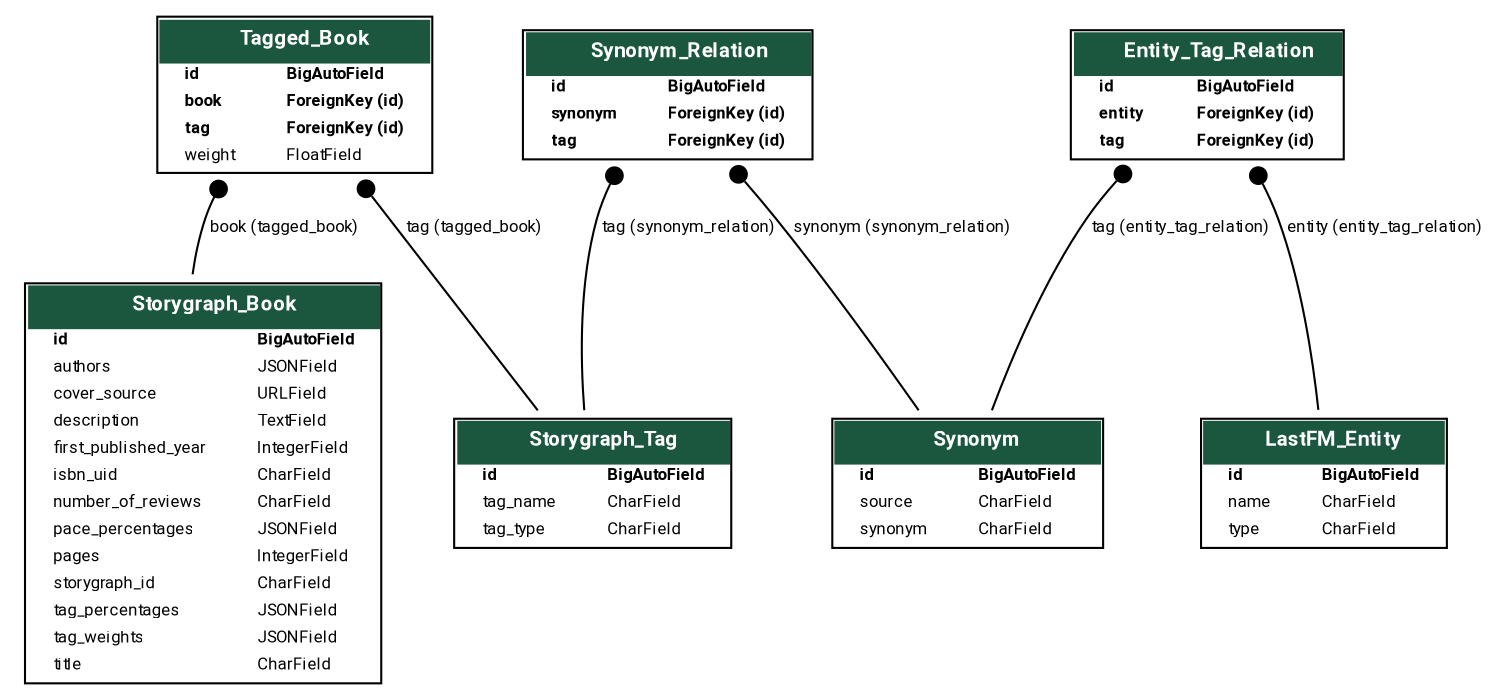
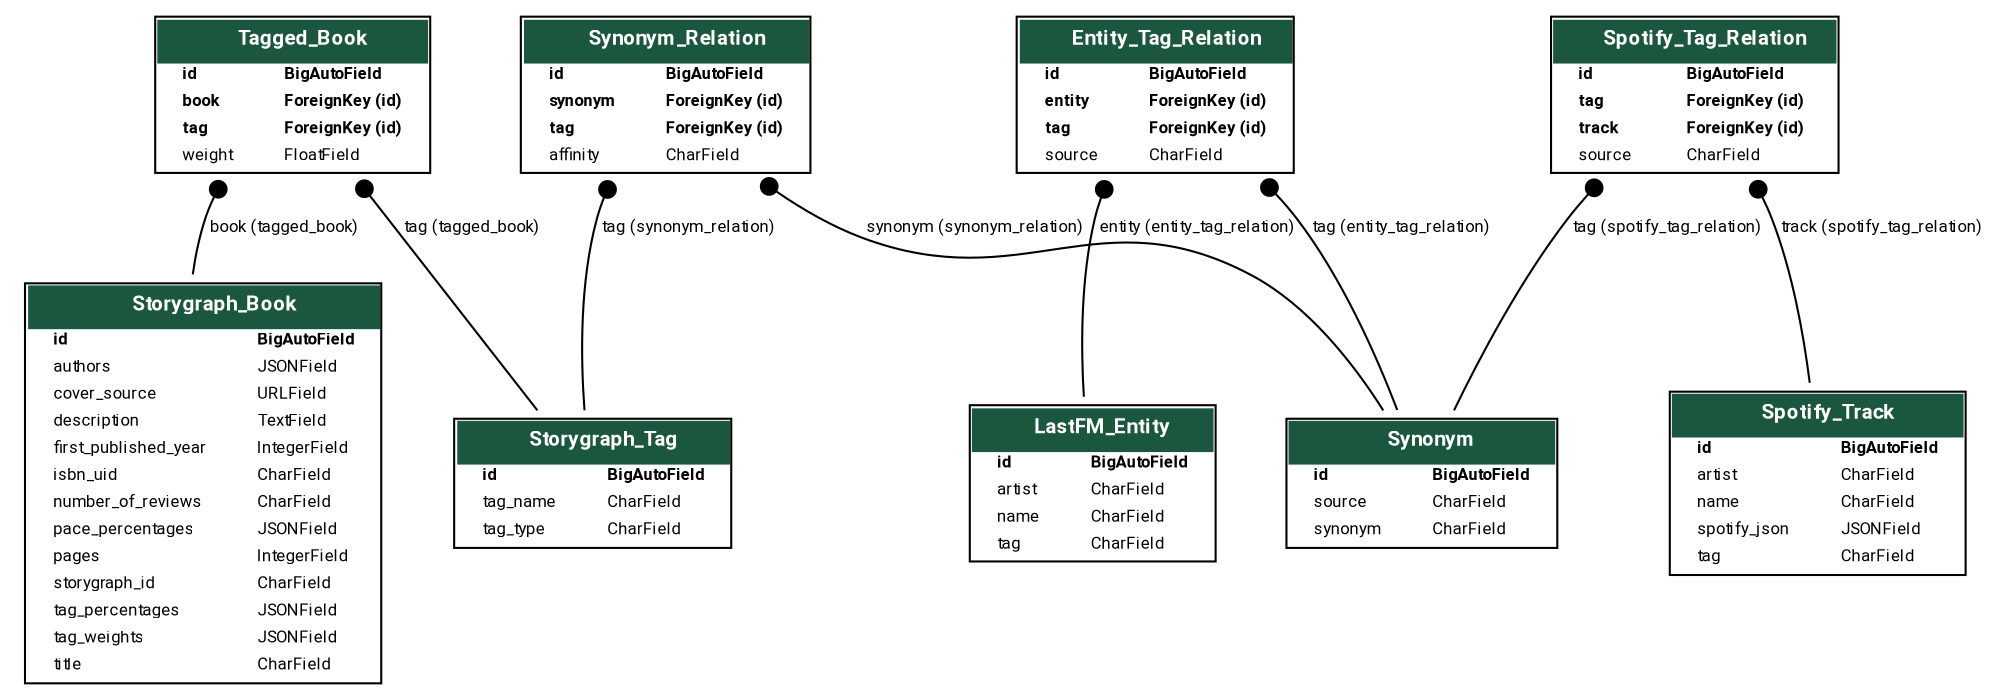
digraph model_graph {
  // Dotfile by Django-Extensions graph_models
-   // Created: 2026-03-09 12:45
+   // Created: 2026-05-06 16:20


  fontname = "Roboto"
  fontsize = 8
  splines  = true
  rankdir = "TB"


  node [
    fontname = "Roboto"
    fontsize = 8
    shape = "plaintext"
  ]

  edge [
    fontname = "Roboto"
    fontsize = 8
  ]

  // Labels


  webapp_models_Storygraph_Book [label=<
    <TABLE BGCOLOR="white" BORDER="1" CELLBORDER="0" CELLSPACING="0">
    <TR><TD COLSPAN="2" CELLPADDING="5" ALIGN="CENTER" BGCOLOR="#1b563f">
    <FONT FACE="Roboto" COLOR="white" POINT-SIZE="10"><B>
    Storygraph_Book
    </B></FONT></TD></TR>


    <TR><TD ALIGN="LEFT" BORDER="0">
    <FONT FACE="Roboto"><B>id</B></FONT>
    </TD><TD ALIGN="LEFT">
    <FONT FACE="Roboto"><B>BigAutoField</B></FONT>
    </TD></TR>



    <TR><TD ALIGN="LEFT" BORDER="0">
    <FONT FACE="Roboto">authors</FONT>
    </TD><TD ALIGN="LEFT">
    <FONT FACE="Roboto">JSONField</FONT>
    </TD></TR>



    <TR><TD ALIGN="LEFT" BORDER="0">
    <FONT FACE="Roboto">cover_source</FONT>
    </TD><TD ALIGN="LEFT">
    <FONT FACE="Roboto">URLField</FONT>
    </TD></TR>



    <TR><TD ALIGN="LEFT" BORDER="0">
    <FONT FACE="Roboto">description</FONT>
    </TD><TD ALIGN="LEFT">
    <FONT FACE="Roboto">TextField</FONT>
    </TD></TR>



    <TR><TD ALIGN="LEFT" BORDER="0">
    <FONT FACE="Roboto">first_published_year</FONT>
    </TD><TD ALIGN="LEFT">
    <FONT FACE="Roboto">IntegerField</FONT>
    </TD></TR>



    <TR><TD ALIGN="LEFT" BORDER="0">
    <FONT FACE="Roboto">isbn_uid</FONT>
    </TD><TD ALIGN="LEFT">
    <FONT FACE="Roboto">CharField</FONT>
    </TD></TR>



    <TR><TD ALIGN="LEFT" BORDER="0">
    <FONT FACE="Roboto">number_of_reviews</FONT>
    </TD><TD ALIGN="LEFT">
    <FONT FACE="Roboto">CharField</FONT>
    </TD></TR>



    <TR><TD ALIGN="LEFT" BORDER="0">
    <FONT FACE="Roboto">pace_percentages</FONT>
    </TD><TD ALIGN="LEFT">
    <FONT FACE="Roboto">JSONField</FONT>
    </TD></TR>



    <TR><TD ALIGN="LEFT" BORDER="0">
    <FONT FACE="Roboto">pages</FONT>
    </TD><TD ALIGN="LEFT">
    <FONT FACE="Roboto">IntegerField</FONT>
    </TD></TR>



    <TR><TD ALIGN="LEFT" BORDER="0">
    <FONT FACE="Roboto">storygraph_id</FONT>
    </TD><TD ALIGN="LEFT">
    <FONT FACE="Roboto">CharField</FONT>
    </TD></TR>



    <TR><TD ALIGN="LEFT" BORDER="0">
    <FONT FACE="Roboto">tag_percentages</FONT>
    </TD><TD ALIGN="LEFT">
    <FONT FACE="Roboto">JSONField</FONT>
    </TD></TR>



    <TR><TD ALIGN="LEFT" BORDER="0">
    <FONT FACE="Roboto">tag_weights</FONT>
    </TD><TD ALIGN="LEFT">
    <FONT FACE="Roboto">JSONField</FONT>
    </TD></TR>



    <TR><TD ALIGN="LEFT" BORDER="0">
    <FONT FACE="Roboto">title</FONT>
    </TD><TD ALIGN="LEFT">
    <FONT FACE="Roboto">CharField</FONT>
    </TD></TR>


    </TABLE>
    >]

  webapp_models_Storygraph_Tag [label=<
    <TABLE BGCOLOR="white" BORDER="1" CELLBORDER="0" CELLSPACING="0">
    <TR><TD COLSPAN="2" CELLPADDING="5" ALIGN="CENTER" BGCOLOR="#1b563f">
    <FONT FACE="Roboto" COLOR="white" POINT-SIZE="10"><B>
    Storygraph_Tag
    </B></FONT></TD></TR>


    <TR><TD ALIGN="LEFT" BORDER="0">
    <FONT FACE="Roboto"><B>id</B></FONT>
    </TD><TD ALIGN="LEFT">
    <FONT FACE="Roboto"><B>BigAutoField</B></FONT>
    </TD></TR>



    <TR><TD ALIGN="LEFT" BORDER="0">
    <FONT FACE="Roboto">tag_name</FONT>
    </TD><TD ALIGN="LEFT">
    <FONT FACE="Roboto">CharField</FONT>
    </TD></TR>



    <TR><TD ALIGN="LEFT" BORDER="0">
    <FONT FACE="Roboto">tag_type</FONT>
    </TD><TD ALIGN="LEFT">
    <FONT FACE="Roboto">CharField</FONT>
    </TD></TR>


    </TABLE>
    >]

  webapp_models_Tagged_Book [label=<
    <TABLE BGCOLOR="white" BORDER="1" CELLBORDER="0" CELLSPACING="0">
    <TR><TD COLSPAN="2" CELLPADDING="5" ALIGN="CENTER" BGCOLOR="#1b563f">
    <FONT FACE="Roboto" COLOR="white" POINT-SIZE="10"><B>
    Tagged_Book
    </B></FONT></TD></TR>


    <TR><TD ALIGN="LEFT" BORDER="0">
    <FONT FACE="Roboto"><B>id</B></FONT>
    </TD><TD ALIGN="LEFT">
    <FONT FACE="Roboto"><B>BigAutoField</B></FONT>
    </TD></TR>



    <TR><TD ALIGN="LEFT" BORDER="0">
    <FONT FACE="Roboto"><B>book</B></FONT>
    </TD><TD ALIGN="LEFT">
    <FONT FACE="Roboto"><B>ForeignKey (id)</B></FONT>
    </TD></TR>



    <TR><TD ALIGN="LEFT" BORDER="0">
    <FONT FACE="Roboto"><B>tag</B></FONT>
    </TD><TD ALIGN="LEFT">
    <FONT FACE="Roboto"><B>ForeignKey (id)</B></FONT>
    </TD></TR>



    <TR><TD ALIGN="LEFT" BORDER="0">
    <FONT FACE="Roboto">weight</FONT>
    </TD><TD ALIGN="LEFT">
    <FONT FACE="Roboto">FloatField</FONT>
    </TD></TR>


    </TABLE>
    >]

  webapp_models_Synonym [label=<
    <TABLE BGCOLOR="white" BORDER="1" CELLBORDER="0" CELLSPACING="0">
    <TR><TD COLSPAN="2" CELLPADDING="5" ALIGN="CENTER" BGCOLOR="#1b563f">
    <FONT FACE="Roboto" COLOR="white" POINT-SIZE="10"><B>
    Synonym
    </B></FONT></TD></TR>


    <TR><TD ALIGN="LEFT" BORDER="0">
    <FONT FACE="Roboto"><B>id</B></FONT>
    </TD><TD ALIGN="LEFT">
    <FONT FACE="Roboto"><B>BigAutoField</B></FONT>
    </TD></TR>



    <TR><TD ALIGN="LEFT" BORDER="0">
    <FONT FACE="Roboto">source</FONT>
    </TD><TD ALIGN="LEFT">
    <FONT FACE="Roboto">CharField</FONT>
    </TD></TR>



    <TR><TD ALIGN="LEFT" BORDER="0">
    <FONT FACE="Roboto">synonym</FONT>
    </TD><TD ALIGN="LEFT">
    <FONT FACE="Roboto">CharField</FONT>
    </TD></TR>


    </TABLE>
    >]

  webapp_models_Synonym_Relation [label=<
    <TABLE BGCOLOR="white" BORDER="1" CELLBORDER="0" CELLSPACING="0">
    <TR><TD COLSPAN="2" CELLPADDING="5" ALIGN="CENTER" BGCOLOR="#1b563f">
    <FONT FACE="Roboto" COLOR="white" POINT-SIZE="10"><B>
    Synonym_Relation
    </B></FONT></TD></TR>


    <TR><TD ALIGN="LEFT" BORDER="0">
    <FONT FACE="Roboto"><B>id</B></FONT>
    </TD><TD ALIGN="LEFT">
    <FONT FACE="Roboto"><B>BigAutoField</B></FONT>
    </TD></TR>



    <TR><TD ALIGN="LEFT" BORDER="0">
    <FONT FACE="Roboto"><B>synonym</B></FONT>
    </TD><TD ALIGN="LEFT">
    <FONT FACE="Roboto"><B>ForeignKey (id)</B></FONT>
    </TD></TR>



    <TR><TD ALIGN="LEFT" BORDER="0">
    <FONT FACE="Roboto"><B>tag</B></FONT>
    </TD><TD ALIGN="LEFT">
    <FONT FACE="Roboto"><B>ForeignKey (id)</B></FONT>
    </TD></TR>


+ 
+     <TR><TD ALIGN="LEFT" BORDER="0">
+     <FONT FACE="Roboto">affinity</FONT>
+     </TD><TD ALIGN="LEFT">
+     <FONT FACE="Roboto">CharField</FONT>
+     </TD></TR>
+ 
+ 
    </TABLE>
    >]

  webapp_models_LastFM_Entity [label=<
    <TABLE BGCOLOR="white" BORDER="1" CELLBORDER="0" CELLSPACING="0">
    <TR><TD COLSPAN="2" CELLPADDING="5" ALIGN="CENTER" BGCOLOR="#1b563f">
    <FONT FACE="Roboto" COLOR="white" POINT-SIZE="10"><B>
    LastFM_Entity
    </B></FONT></TD></TR>


    <TR><TD ALIGN="LEFT" BORDER="0">
    <FONT FACE="Roboto"><B>id</B></FONT>
    </TD><TD ALIGN="LEFT">
    <FONT FACE="Roboto"><B>BigAutoField</B></FONT>
    </TD></TR>



    <TR><TD ALIGN="LEFT" BORDER="0">
+     <FONT FACE="Roboto">artist</FONT>
+     </TD><TD ALIGN="LEFT">
+     <FONT FACE="Roboto">CharField</FONT>
+     </TD></TR>
+ 
+ 
+ 
+     <TR><TD ALIGN="LEFT" BORDER="0">
    <FONT FACE="Roboto">name</FONT>
    </TD><TD ALIGN="LEFT">
    <FONT FACE="Roboto">CharField</FONT>
    </TD></TR>



    <TR><TD ALIGN="LEFT" BORDER="0">
-     <FONT FACE="Roboto">type</FONT>
+     <FONT FACE="Roboto">tag</FONT>
    </TD><TD ALIGN="LEFT">
    <FONT FACE="Roboto">CharField</FONT>
    </TD></TR>


    </TABLE>
    >]

  webapp_models_Entity_Tag_Relation [label=<
    <TABLE BGCOLOR="white" BORDER="1" CELLBORDER="0" CELLSPACING="0">
    <TR><TD COLSPAN="2" CELLPADDING="5" ALIGN="CENTER" BGCOLOR="#1b563f">
    <FONT FACE="Roboto" COLOR="white" POINT-SIZE="10"><B>
    Entity_Tag_Relation
    </B></FONT></TD></TR>


    <TR><TD ALIGN="LEFT" BORDER="0">
    <FONT FACE="Roboto"><B>id</B></FONT>
    </TD><TD ALIGN="LEFT">
    <FONT FACE="Roboto"><B>BigAutoField</B></FONT>
    </TD></TR>



    <TR><TD ALIGN="LEFT" BORDER="0">
    <FONT FACE="Roboto"><B>entity</B></FONT>
    </TD><TD ALIGN="LEFT">
    <FONT FACE="Roboto"><B>ForeignKey (id)</B></FONT>
    </TD></TR>



    <TR><TD ALIGN="LEFT" BORDER="0">
    <FONT FACE="Roboto"><B>tag</B></FONT>
    </TD><TD ALIGN="LEFT">
    <FONT FACE="Roboto"><B>ForeignKey (id)</B></FONT>
+     </TD></TR>
+ 
+ 
+ 
+     <TR><TD ALIGN="LEFT" BORDER="0">
+     <FONT FACE="Roboto">source</FONT>
+     </TD><TD ALIGN="LEFT">
+     <FONT FACE="Roboto">CharField</FONT>
+     </TD></TR>
+ 
+ 
+     </TABLE>
+     >]
+ 
+   webapp_models_Spotify_Track [label=<
+     <TABLE BGCOLOR="white" BORDER="1" CELLBORDER="0" CELLSPACING="0">
+     <TR><TD COLSPAN="2" CELLPADDING="5" ALIGN="CENTER" BGCOLOR="#1b563f">
+     <FONT FACE="Roboto" COLOR="white" POINT-SIZE="10"><B>
+     Spotify_Track
+     </B></FONT></TD></TR>
+ 
+ 
+     <TR><TD ALIGN="LEFT" BORDER="0">
+     <FONT FACE="Roboto"><B>id</B></FONT>
+     </TD><TD ALIGN="LEFT">
+     <FONT FACE="Roboto"><B>BigAutoField</B></FONT>
+     </TD></TR>
+ 
+ 
+ 
+     <TR><TD ALIGN="LEFT" BORDER="0">
+     <FONT FACE="Roboto">artist</FONT>
+     </TD><TD ALIGN="LEFT">
+     <FONT FACE="Roboto">CharField</FONT>
+     </TD></TR>
+ 
+ 
+ 
+     <TR><TD ALIGN="LEFT" BORDER="0">
+     <FONT FACE="Roboto">name</FONT>
+     </TD><TD ALIGN="LEFT">
+     <FONT FACE="Roboto">CharField</FONT>
+     </TD></TR>
+ 
+ 
+ 
+     <TR><TD ALIGN="LEFT" BORDER="0">
+     <FONT FACE="Roboto">spotify_json</FONT>
+     </TD><TD ALIGN="LEFT">
+     <FONT FACE="Roboto">JSONField</FONT>
+     </TD></TR>
+ 
+ 
+ 
+     <TR><TD ALIGN="LEFT" BORDER="0">
+     <FONT FACE="Roboto">tag</FONT>
+     </TD><TD ALIGN="LEFT">
+     <FONT FACE="Roboto">CharField</FONT>
+     </TD></TR>
+ 
+ 
+     </TABLE>
+     >]
+ 
+   webapp_models_Spotify_Tag_Relation [label=<
+     <TABLE BGCOLOR="white" BORDER="1" CELLBORDER="0" CELLSPACING="0">
+     <TR><TD COLSPAN="2" CELLPADDING="5" ALIGN="CENTER" BGCOLOR="#1b563f">
+     <FONT FACE="Roboto" COLOR="white" POINT-SIZE="10"><B>
+     Spotify_Tag_Relation
+     </B></FONT></TD></TR>
+ 
+ 
+     <TR><TD ALIGN="LEFT" BORDER="0">
+     <FONT FACE="Roboto"><B>id</B></FONT>
+     </TD><TD ALIGN="LEFT">
+     <FONT FACE="Roboto"><B>BigAutoField</B></FONT>
+     </TD></TR>
+ 
+ 
+ 
+     <TR><TD ALIGN="LEFT" BORDER="0">
+     <FONT FACE="Roboto"><B>tag</B></FONT>
+     </TD><TD ALIGN="LEFT">
+     <FONT FACE="Roboto"><B>ForeignKey (id)</B></FONT>
+     </TD></TR>
+ 
+ 
+ 
+     <TR><TD ALIGN="LEFT" BORDER="0">
+     <FONT FACE="Roboto"><B>track</B></FONT>
+     </TD><TD ALIGN="LEFT">
+     <FONT FACE="Roboto"><B>ForeignKey (id)</B></FONT>
+     </TD></TR>
+ 
+ 
+ 
+     <TR><TD ALIGN="LEFT" BORDER="0">
+     <FONT FACE="Roboto">source</FONT>
+     </TD><TD ALIGN="LEFT">
+     <FONT FACE="Roboto">CharField</FONT>
    </TD></TR>


    </TABLE>
    >]




  // Relations

  webapp_models_Tagged_Book -> webapp_models_Storygraph_Book
  [label=" book (tagged_book)"] [arrowhead=none, arrowtail=dot, dir=both];

  webapp_models_Tagged_Book -> webapp_models_Storygraph_Tag
  [label=" tag (tagged_book)"] [arrowhead=none, arrowtail=dot, dir=both];

  webapp_models_Synonym_Relation -> webapp_models_Storygraph_Tag
  [label=" tag (synonym_relation)"] [arrowhead=none, arrowtail=dot, dir=both];

  webapp_models_Synonym_Relation -> webapp_models_Synonym
  [label=" synonym (synonym_relation)"] [arrowhead=none, arrowtail=dot, dir=both];

  webapp_models_Entity_Tag_Relation -> webapp_models_LastFM_Entity
  [label=" entity (entity_tag_relation)"] [arrowhead=none, arrowtail=dot, dir=both];

  webapp_models_Entity_Tag_Relation -> webapp_models_Synonym
  [label=" tag (entity_tag_relation)"] [arrowhead=none, arrowtail=dot, dir=both];

+   webapp_models_Spotify_Tag_Relation -> webapp_models_Spotify_Track
+   [label=" track (spotify_tag_relation)"] [arrowhead=none, arrowtail=dot, dir=both];
+ 
+   webapp_models_Spotify_Tag_Relation -> webapp_models_Synonym
+   [label=" tag (spotify_tag_relation)"] [arrowhead=none, arrowtail=dot, dir=both];
+ 

}
